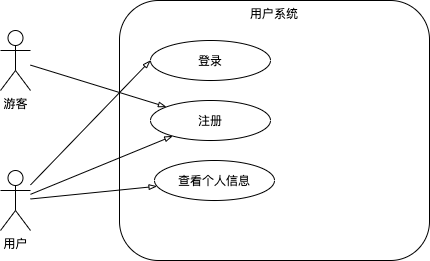
fightinggg/drawio-data keeps this draw.io diagram as polinoj-usecase-user.png. Above is the earlier version. Source tidied: cells renumbered, new cells last; positions are measured from the earlier drawing's top-left corner, leaving out a move shared by most shapes.
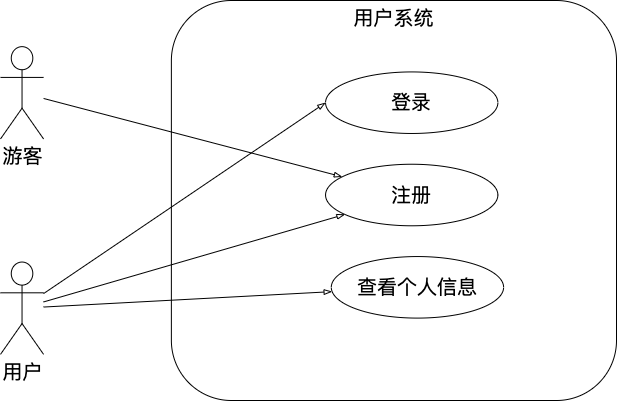
After the commit.

What changed in the source:
```diff
@@ -2,34 +2,37 @@
   <root>
     <mxCell id="0" />
     <mxCell id="1" parent="0" />
+    <mxCell id="12" style="group;fontSize=20;" parent="1" vertex="1">
+      <mxGeometry x="-860" y="-60" width="616" height="400" as="geometry" />
+    </mxCell>
-    <mxCell id="2" value="用户系统" style="rounded=1;whiteSpace=wrap;html=1;horizontal=1;verticalAlign=top;" parent="1" vertex="1">
-      <mxGeometry x="119" width="310" height="260" as="geometry" />
+    <mxCell id="2" value="用户系统" style="rounded=1;whiteSpace=wrap;html=1;horizontal=1;verticalAlign=top;spacingTop=0;fontSize=20;" parent="12" vertex="1">
+      <mxGeometry x="170.9" width="445.1" height="400" as="geometry" />
     </mxCell>
-    <mxCell id="3" value="游客" style="shape=umlActor;verticalLabelPosition=bottom;verticalAlign=top;html=1;outlineConnect=0;" parent="1" vertex="1">
-      <mxGeometry y="30" width="30" height="60" as="geometry" />
+    <mxCell id="3" value="游客" style="shape=umlActor;verticalLabelPosition=bottom;verticalAlign=top;html=1;outlineConnect=0;spacingTop=0;fontSize=20;" parent="12" vertex="1">
+      <mxGeometry y="46.2" width="43.1" height="92.3" as="geometry" />
     </mxCell>
-    <mxCell id="4" style="edgeStyle=none;rounded=0;jettySize=auto;html=1;endArrow=blockThin;endFill=0;entryX=0;entryY=0.5;entryDx=0;entryDy=0;" parent="1" edge="1" source="7" target="8">
-      <mxGeometry relative="1" as="geometry" />
-    </mxCell>
-    <mxCell id="5" style="edgeStyle=none;rounded=0;jettySize=auto;html=1;endArrow=blockThin;endFill=0;" parent="1" edge="1" source="7" target="9">
-      <mxGeometry relative="1" as="geometry" />
-    </mxCell>
-    <mxCell id="6" style="edgeStyle=none;rounded=0;jettySize=auto;html=1;endArrow=blockThin;endFill=0;" parent="1" edge="1" source="7" target="10">
-      <mxGeometry relative="1" as="geometry" />
-    </mxCell>
-    <mxCell id="7" value="用户" style="shape=umlActor;verticalLabelPosition=bottom;verticalAlign=top;html=1;outlineConnect=0;" parent="1" vertex="1">
-      <mxGeometry y="170" width="30" height="60" as="geometry" />
+    <mxCell id="7" value="用户" style="shape=umlActor;verticalLabelPosition=bottom;verticalAlign=top;html=1;outlineConnect=0;spacingTop=0;fontSize=20;" parent="12" vertex="1">
+      <mxGeometry y="261.5" width="43.1" height="92.3" as="geometry" />
     </mxCell>
-    <mxCell id="8" value="登录" style="ellipse;whiteSpace=wrap;html=1;" parent="1" vertex="1">
-      <mxGeometry x="150" y="40" width="120" height="40" as="geometry" />
+    <mxCell id="8" value="登录" style="ellipse;whiteSpace=wrap;html=1;spacingTop=0;fontSize=20;" parent="12" vertex="1">
+      <mxGeometry x="325.1" y="71.4" width="172.3" height="61.5" as="geometry" />
     </mxCell>
+    <mxCell id="4" style="edgeStyle=none;rounded=0;jettySize=auto;html=1;endArrow=blockThin;endFill=0;entryX=0;entryY=0.5;entryDx=0;entryDy=0;spacingTop=0;fontSize=20;" parent="12" edge="1" source="7" target="8">
+      <mxGeometry relative="1" as="geometry" />
+    </mxCell>
-    <mxCell id="9" value="注册" style="ellipse;whiteSpace=wrap;html=1;" parent="1" vertex="1">
-      <mxGeometry x="150" y="100" width="120" height="40" as="geometry" />
+    <mxCell id="9" value="注册" style="ellipse;whiteSpace=wrap;html=1;spacingTop=0;fontSize=20;" parent="12" vertex="1">
+      <mxGeometry x="325.1" y="163.7" width="172.3" height="61.5" as="geometry" />
     </mxCell>
+    <mxCell id="5" style="edgeStyle=none;rounded=0;jettySize=auto;html=1;endArrow=blockThin;endFill=0;spacingTop=0;fontSize=20;" parent="12" edge="1" source="7" target="9">
+      <mxGeometry relative="1" as="geometry" />
+    </mxCell>
-    <mxCell id="10" value="查看个人信息" style="ellipse;whiteSpace=wrap;html=1;" parent="1" vertex="1">
-      <mxGeometry x="154" y="160" width="120" height="40" as="geometry" />
+    <mxCell id="10" value="查看个人信息" style="ellipse;whiteSpace=wrap;html=1;spacingTop=0;fontSize=20;" parent="12" vertex="1">
+      <mxGeometry x="330.8" y="256" width="172.3" height="61.5" as="geometry" />
     </mxCell>
+    <mxCell id="6" style="edgeStyle=none;rounded=0;jettySize=auto;html=1;endArrow=blockThin;endFill=0;spacingTop=0;fontSize=20;" parent="12" edge="1" source="7" target="10">
+      <mxGeometry relative="1" as="geometry" />
+    </mxCell>
-    <mxCell id="11" style="rounded=0;jettySize=auto;html=1;endArrow=blockThin;endFill=0;" parent="1" edge="1" source="3" target="9">
+    <mxCell id="11" style="rounded=0;jettySize=auto;html=1;endArrow=blockThin;endFill=0;spacingTop=0;fontSize=20;" parent="12" edge="1" source="3" target="9">
       <mxGeometry relative="1" as="geometry" />
     </mxCell>
   </root>
```
